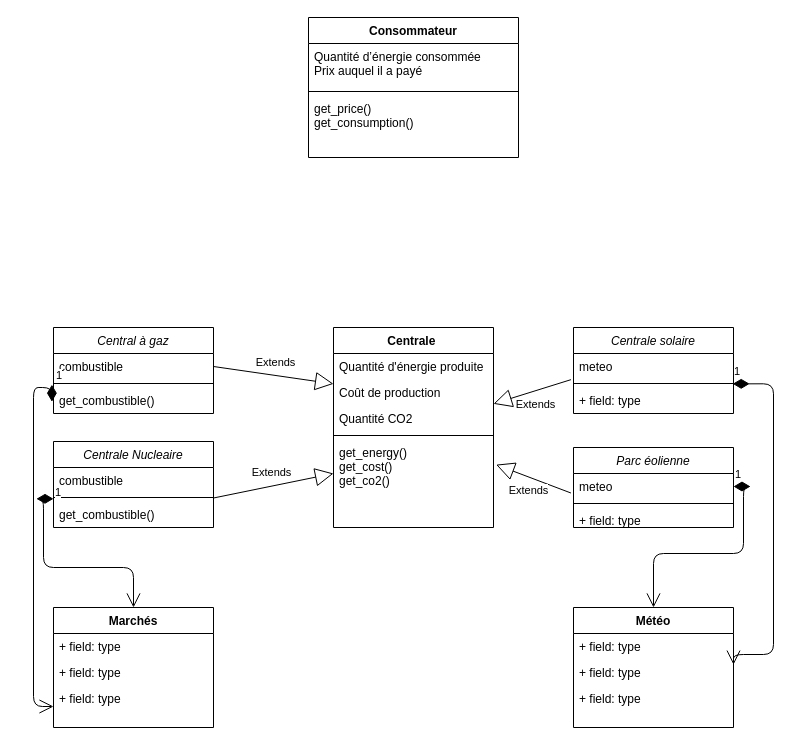
Earlier version of the draw.io diagram Class Diagram.drawio (17341/POO_Projet). Source tidied: cells renumbered, new cells numbered last; positions are measured from the earlier drawing's top-left corner, leaving out a move shared by most shapes. Both pictures are drawn from the tidied source at 100%, with x=0, y=0 at pixel (33, 17).
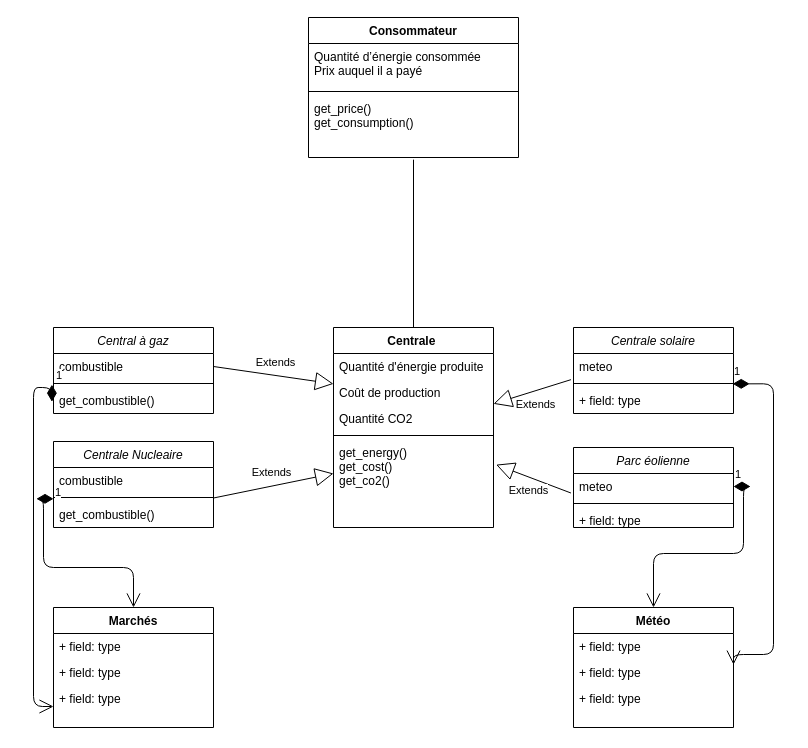
After the change.

The change refers to these unchanged cells:
```xml
<mxCell id="2" value="Centrale " style="swimlane;fontStyle=1;align=center;verticalAlign=top;horizontal=1;startSize=26;rounded=0;shadow=0;strokeWidth=1;" parent="1" vertex="1">
  <mxGeometry x="300" y="310" width="160" height="200" as="geometry" />
</mxCell>
<mxCell id="11" value="get_price()&#10;get_consumption()&#10;&#10;" style="text;strokeColor=none;fillColor=none;align=left;verticalAlign=top;spacingLeft=4;spacingRight=4;overflow=hidden;points=[[0,0.5],[1,0.5]];portConstraint=eastwest;" parent="8" vertex="1">
  <mxGeometry y="78" width="210" height="62" as="geometry" />
</mxCell>
```

What changed in the source:
```diff
@@
+    <mxCell id="44" style="endArrow=none;html=1;entryX=0.5;entryY=1.035;entryDx=0;entryDy=0;entryPerimeter=0;exitX=0.5;exitY=0;exitDx=0;exitDy=0;" parent="1" edge="1" source="2" target="11">
+      <mxGeometry relative="1" as="geometry" />
+    </mxCell>
```
